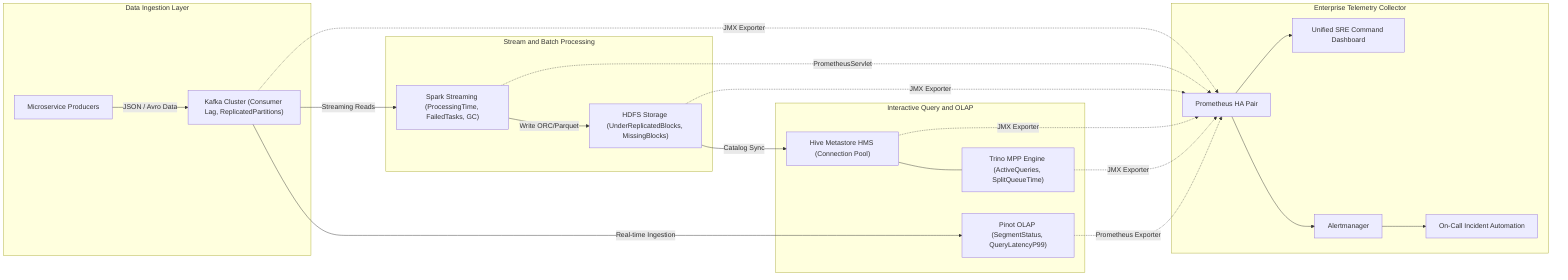
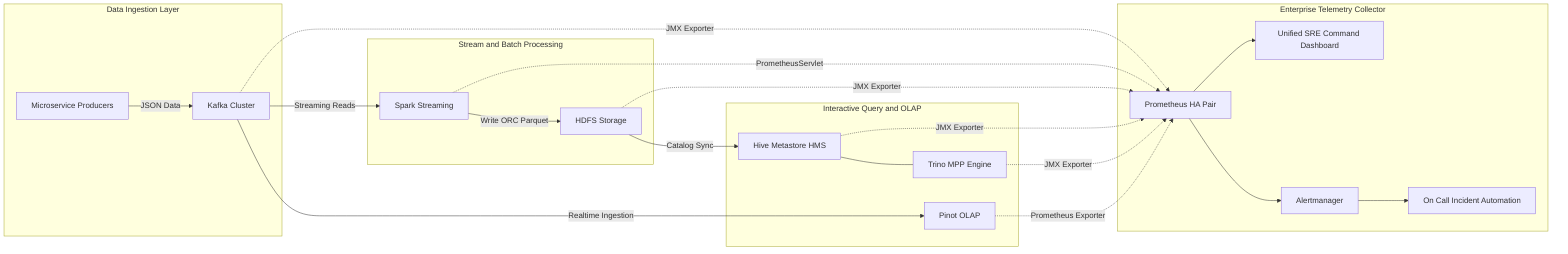
graph LR
-     subgraph Ingestion ["Data Ingestion Layer"]
-         PROD["Microservice Producers"] -->|JSON / Avro Data| KAFKA["Kafka Cluster (Consumer Lag, ReplicatedPartitions)"]
+     subgraph Ingestion [Data Ingestion Layer]
+         PROD[Microservice Producers] -->|JSON Data| KAFKA[Kafka Cluster]
    end

-     subgraph Stream_Processing ["Stream and Batch Processing"]
-         KAFKA -->|Streaming Reads| SPARK["Spark Streaming (ProcessingTime, FailedTasks, GC)"]
-         SPARK -->|Write ORC/Parquet| HDFS["HDFS Storage (UnderReplicatedBlocks, MissingBlocks)"]
+     subgraph Stream_Processing [Stream and Batch Processing]
+         KAFKA -->|Streaming Reads| SPARK[Spark Streaming]
+         SPARK -->|Write ORC Parquet| HDFS[HDFS Storage]
    end

-     subgraph Analytics_Layer ["Interactive Query and OLAP"]
-         HDFS -->|Catalog Sync| HIVE["Hive Metastore HMS (Connection Pool)"]
-         HIVE --- TRINO["Trino MPP Engine (ActiveQueries, SplitQueueTime)"]
-         KAFKA -->|Real-time Ingestion| PINOT["Pinot OLAP (SegmentStatus, QueryLatencyP99)"]
+     subgraph Analytics_Layer [Interactive Query and OLAP]
+         HDFS -->|Catalog Sync| HIVE[Hive Metastore HMS]
+         HIVE --- TRINO[Trino MPP Engine]
+         KAFKA -->|Realtime Ingestion| PINOT[Pinot OLAP]
    end

-     subgraph Observability_Mesh ["Enterprise Telemetry Collector"]
-         KAFKA -.->|JMX Exporter| PROM["Prometheus HA Pair"]
+     subgraph Observability_Mesh [Enterprise Telemetry Collector]
+         KAFKA -.->|JMX Exporter| PROM[Prometheus HA Pair]
        SPARK -.->|PrometheusServlet| PROM
        HDFS -.->|JMX Exporter| PROM
        HIVE -.->|JMX Exporter| PROM
        TRINO -.->|JMX Exporter| PROM
        PINOT -.->|Prometheus Exporter| PROM

-         PROM --> GRAF["Unified SRE Command Dashboard"]
-         PROM --> AM["Alertmanager"]
-         AM --> PAGER["On-Call Incident Automation"]
+         PROM --> GRAF[Unified SRE Command Dashboard]
+         PROM --> AM[Alertmanager]
+         AM --> PAGER[On Call Incident Automation]
    end
